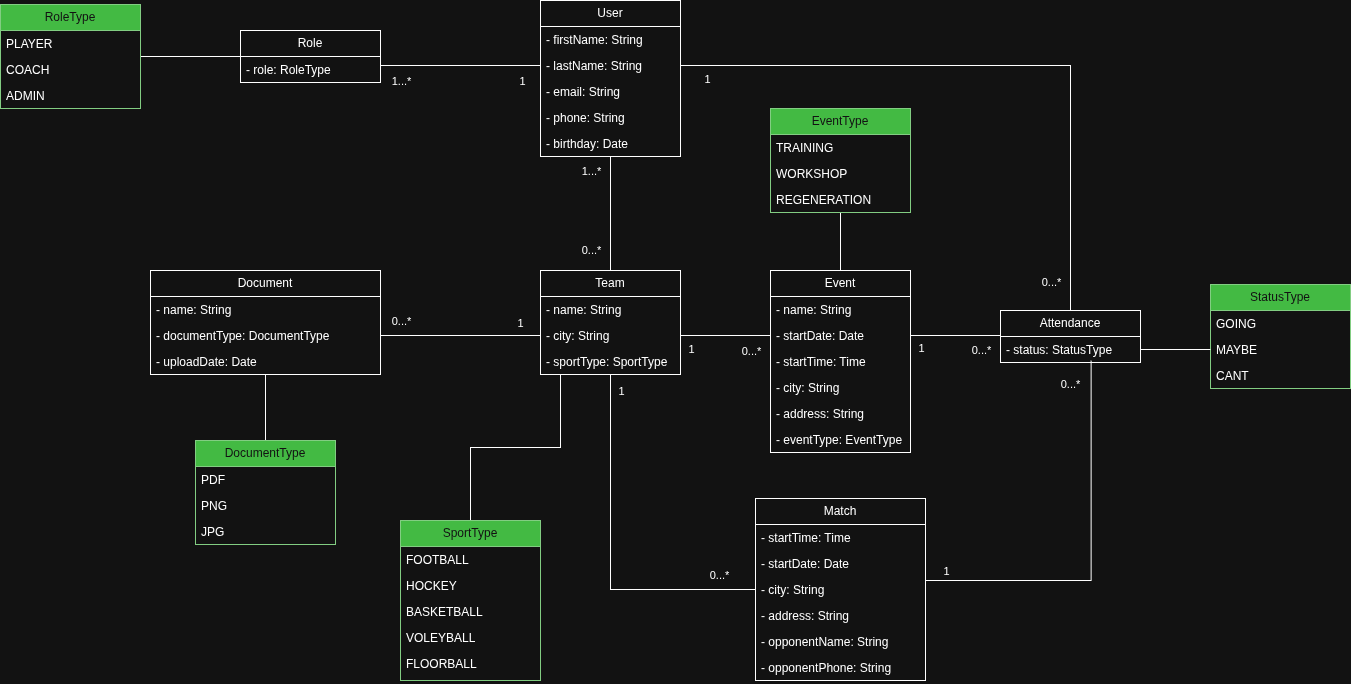
pasekpatrik/TeamManagement keeps this draw.io diagram as docs/model.png. Above is the earlier version. Source tidied: cells renumbered, new cells last; positions are measured from the earlier drawing's top-left corner, leaving out a move shared by most shapes.
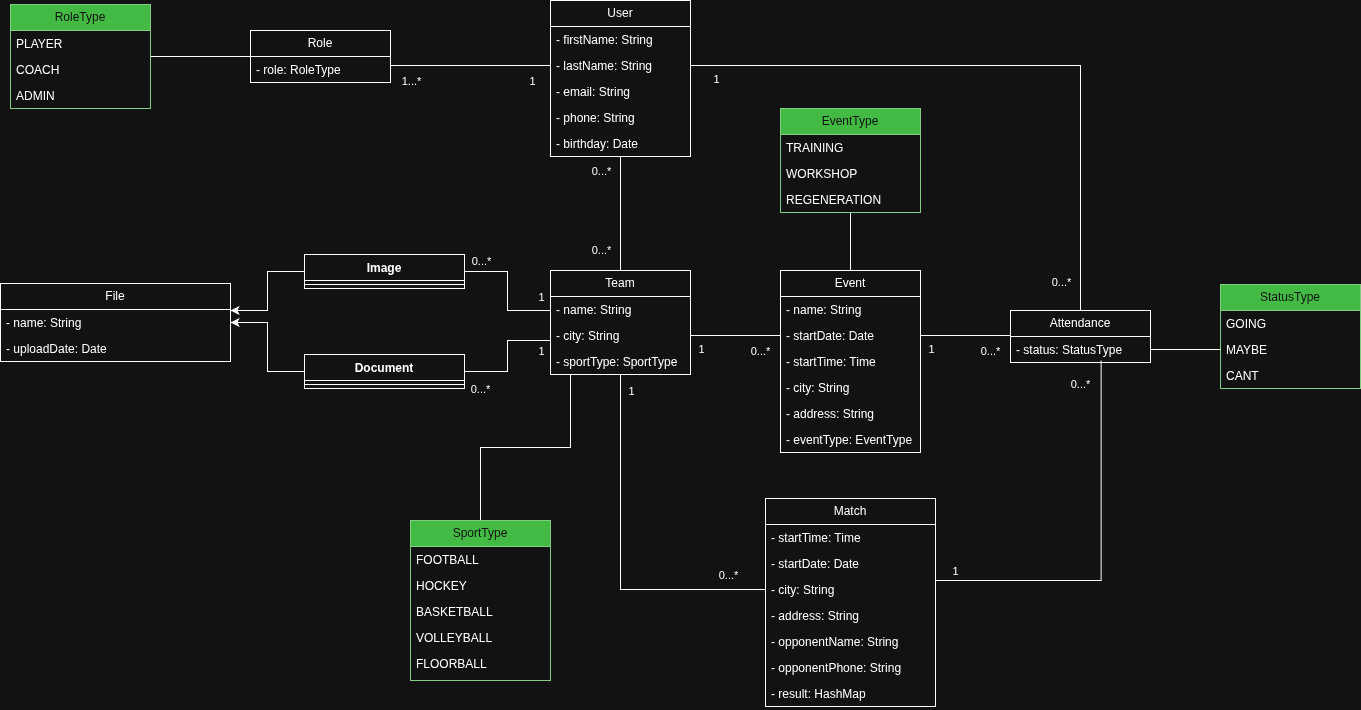
Above is the later version.

Commit message:
[Docs] Changed class diagram

Change to the diagram source:
```diff
@@ -5,7 +5,7 @@
     <mxCell id="2" style="edgeStyle=orthogonalEdgeStyle;rounded=0;jettySize=auto;html=1;endArrow=none;endFill=0;" parent="1" edge="1" source="5" target="16">
       <mxGeometry relative="1" as="geometry" />
     </mxCell>
-    <mxCell id="3" value="1...*" style="edgeLabel;html=1;align=center;verticalAlign=middle;" parent="2" vertex="1">
+    <mxCell id="3" value="0...*" style="edgeLabel;html=1;align=center;verticalAlign=middle;" parent="2" vertex="1">
       <mxGeometry x="-0.11" relative="1" as="geometry">
         <mxPoint x="-20" y="-37" as="offset" />
       </mxGeometry>
@@ -52,6 +52,42 @@
         <mxPoint x="81" y="-17" as="offset" />
       </mxGeometry>
     </mxCell>
+    <mxCell id="85" style="edgeStyle=orthogonalEdgeStyle;rounded=0;jettySize=auto;html=1;endArrow=none;endFill=0;" parent="1" edge="1" source="16" target="96">
+      <mxGeometry relative="1" as="geometry">
+        <Array as="points">
+          <mxPoint x="497" y="310" />
+          <mxPoint x="497" y="271" />
+        </Array>
+      </mxGeometry>
+    </mxCell>
+    <mxCell id="86" value="1" style="edgeLabel;html=1;align=center;verticalAlign=middle;" parent="85" vertex="1">
+      <mxGeometry x="-0.04" y="2" relative="1" as="geometry">
+        <mxPoint x="35" y="3" as="offset" />
+      </mxGeometry>
+    </mxCell>
+    <mxCell id="87" value="0...*" style="edgeLabel;html=1;align=center;verticalAlign=middle;" parent="85" vertex="1">
+      <mxGeometry x="0.63" y="1" relative="1" as="geometry">
+        <mxPoint x="-7" y="-12" as="offset" />
+      </mxGeometry>
+    </mxCell>
+    <mxCell id="88" style="edgeStyle=orthogonalEdgeStyle;rounded=0;jettySize=auto;html=1;endArrow=none;endFill=0;" parent="1" edge="1" source="16" target="93">
+      <mxGeometry relative="1" as="geometry">
+        <Array as="points">
+          <mxPoint x="497" y="340" />
+          <mxPoint x="497" y="371" />
+        </Array>
+      </mxGeometry>
+    </mxCell>
+    <mxCell id="89" value="0...*" style="edgeLabel;html=1;align=center;verticalAlign=middle;" parent="88" vertex="1">
+      <mxGeometry x="0.61" relative="1" as="geometry">
+        <mxPoint x="-7" y="17" as="offset" />
+      </mxGeometry>
+    </mxCell>
+    <mxCell id="90" value="1" style="edgeLabel;html=1;align=center;verticalAlign=middle;" parent="88" vertex="1">
+      <mxGeometry x="-0.45" y="2" relative="1" as="geometry">
+        <mxPoint x="22" y="8" as="offset" />
+      </mxGeometry>
+    </mxCell>
     <mxCell id="16" value="Team" style="swimlane;fontStyle=0;horizontal=1;startSize=26;fillColor=none;whiteSpace=wrap;html=1;" parent="1" vertex="1">
       <mxGeometry x="540" y="270" width="140" height="104" as="geometry" />
     </mxCell>
@@ -89,7 +125,7 @@
       <mxGeometry y="156" width="140" height="26" as="geometry" />
     </mxCell>
     <mxCell id="28" value="Match" style="swimlane;fontStyle=0;horizontal=1;startSize=26;fillColor=none;whiteSpace=wrap;html=1;" parent="1" vertex="1">
-      <mxGeometry x="755" y="498" width="170" height="182" as="geometry" />
+      <mxGeometry x="755" y="498" width="170" height="208" as="geometry" />
     </mxCell>
     <mxCell id="29" value="- startTime: Time" style="text;strokeColor=none;fillColor=none;align=left;verticalAlign=top;spacingLeft=4;spacingRight=4;overflow=hidden;whiteSpace=wrap;html=1;" parent="28" vertex="1">
       <mxGeometry y="26" width="170" height="26" as="geometry" />
@@ -109,26 +145,23 @@
     <mxCell id="34" value="- opponentPhone: String" style="text;strokeColor=none;fillColor=none;align=left;verticalAlign=top;spacingLeft=4;spacingRight=4;overflow=hidden;whiteSpace=wrap;html=1;" parent="28" vertex="1">
       <mxGeometry y="156" width="170" height="26" as="geometry" />
     </mxCell>
+    <mxCell id="91" value="- result: HashMap" style="text;strokeColor=none;fillColor=none;align=left;verticalAlign=top;spacingLeft=4;spacingRight=4;overflow=hidden;whiteSpace=wrap;html=1;" parent="28" vertex="1">
+      <mxGeometry y="182" width="170" height="26" as="geometry" />
+    </mxCell>
     <mxCell id="35" value="Attendance" style="swimlane;fontStyle=0;horizontal=1;startSize=26;fillColor=none;whiteSpace=wrap;html=1;" parent="1" vertex="1">
       <mxGeometry x="1000" y="310" width="140" height="52" as="geometry" />
     </mxCell>
     <mxCell id="36" value="- status: StatusType" style="text;strokeColor=none;fillColor=none;align=left;verticalAlign=top;spacingLeft=4;spacingRight=4;overflow=hidden;points=[[0,0.5],[1,0.5]];portConstraint=eastwest;whiteSpace=wrap;html=1;" parent="35" vertex="1">
       <mxGeometry y="26" width="140" height="26" as="geometry" />
     </mxCell>
-    <mxCell id="37" style="edgeStyle=orthogonalEdgeStyle;rounded=0;jettySize=auto;html=1;endArrow=none;endFill=0;" parent="1" edge="1" source="38" target="65">
-      <mxGeometry relative="1" as="geometry" />
-    </mxCell>
-    <mxCell id="38" value="Document" style="swimlane;fontStyle=0;horizontal=1;startSize=26;fillColor=none;whiteSpace=wrap;html=1;" parent="1" vertex="1">
-      <mxGeometry x="150" y="270" width="230" height="104" as="geometry" />
+    <mxCell id="38" value="File" style="swimlane;fontStyle=0;horizontal=1;startSize=26;fillColor=none;whiteSpace=wrap;html=1;" parent="1" vertex="1">
+      <mxGeometry x="-10" y="283" width="230" height="78" as="geometry" />
     </mxCell>
     <mxCell id="39" value="- name: String" style="text;strokeColor=none;fillColor=none;align=left;verticalAlign=top;spacingLeft=4;spacingRight=4;overflow=hidden;whiteSpace=wrap;html=1;" parent="38" vertex="1">
       <mxGeometry y="26" width="230" height="26" as="geometry" />
     </mxCell>
-    <mxCell id="40" value="- documentType: DocumentType" style="text;strokeColor=none;fillColor=none;align=left;verticalAlign=top;spacingLeft=4;spacingRight=4;overflow=hidden;points=[[0,0.5],[1,0.5]];portConstraint=eastwest;whiteSpace=wrap;html=1;" parent="38" vertex="1">
-      <mxGeometry y="52" width="230" height="26" as="geometry" />
-    </mxCell>
     <mxCell id="41" value="- uploadDate: Date" style="text;strokeColor=none;fillColor=none;align=left;verticalAlign=top;spacingLeft=4;spacingRight=4;overflow=hidden;whiteSpace=wrap;html=1;" parent="38" vertex="1">
-      <mxGeometry y="78" width="230" height="26" as="geometry" />
+      <mxGeometry y="52" width="230" height="26" as="geometry" />
     </mxCell>
     <mxCell id="42" style="edgeStyle=orthogonalEdgeStyle;rounded=0;jettySize=auto;html=1;entryX=1;entryY=0.5;entryDx=0;entryDy=0;endArrow=none;endFill=0;" parent="1" edge="1" source="7">
       <mxGeometry relative="1" as="geometry">
@@ -158,19 +191,6 @@
         <mxPoint x="4" y="10" as="offset" />
       </mxGeometry>
     </mxCell>
-    <mxCell id="48" style="edgeStyle=orthogonalEdgeStyle;rounded=0;jettySize=auto;html=1;endArrow=none;endFill=0;entryX=0;entryY=0.5;entryDx=0;entryDy=0;" parent="1" edge="1" source="40" target="18">
-      <mxGeometry relative="1" as="geometry" />
-    </mxCell>
-    <mxCell id="49" value="1" style="edgeLabel;html=1;align=center;verticalAlign=middle;" parent="48" vertex="1">
-      <mxGeometry x="-0.02" y="3" relative="1" as="geometry">
-        <mxPoint x="61" y="-10" as="offset" />
-      </mxGeometry>
-    </mxCell>
-    <mxCell id="50" value="0...*" style="edgeLabel;html=1;align=center;verticalAlign=middle;" parent="48" vertex="1">
-      <mxGeometry x="-0.26" relative="1" as="geometry">
-        <mxPoint x="-39" y="-15" as="offset" />
-      </mxGeometry>
-    </mxCell>
     <mxCell id="51" style="edgeStyle=orthogonalEdgeStyle;rounded=0;jettySize=auto;html=1;entryX=0.647;entryY=0.925;entryDx=0;entryDy=0;entryPerimeter=0;endArrow=none;endFill=0;exitX=1;exitY=0.5;exitDx=0;exitDy=0;" parent="1" edge="1" source="31" target="36">
       <mxGeometry relative="1" as="geometry">
         <Array as="points">
@@ -232,18 +252,6 @@
     <mxCell id="64" value="ADMIN" style="text;strokeColor=none;fillColor=none;align=left;verticalAlign=top;spacingLeft=4;spacingRight=4;overflow=hidden;whiteSpace=wrap;html=1;" parent="61" vertex="1">
       <mxGeometry y="78" width="140" height="26" as="geometry" />
     </mxCell>
-    <mxCell id="65" value="DocumentType" style="swimlane;fontStyle=0;horizontal=1;startSize=26;fillColor=#008a00;whiteSpace=wrap;html=1;fontColor=#ffffff;strokeColor=#005700;" parent="1" vertex="1">
-      <mxGeometry x="195" y="440" width="140" height="104" as="geometry" />
-    </mxCell>
-    <mxCell id="66" value="PDF" style="text;strokeColor=none;fillColor=none;align=left;verticalAlign=top;spacingLeft=4;spacingRight=4;overflow=hidden;whiteSpace=wrap;html=1;" parent="65" vertex="1">
-      <mxGeometry y="26" width="140" height="26" as="geometry" />
-    </mxCell>
-    <mxCell id="67" value="PNG" style="text;strokeColor=none;fillColor=none;align=left;verticalAlign=top;spacingLeft=4;spacingRight=4;overflow=hidden;whiteSpace=wrap;html=1;" parent="65" vertex="1">
-      <mxGeometry y="52" width="140" height="26" as="geometry" />
-    </mxCell>
-    <mxCell id="68" value="JPG" style="text;strokeColor=none;fillColor=none;align=left;verticalAlign=top;spacingLeft=4;spacingRight=4;overflow=hidden;whiteSpace=wrap;html=1;" parent="65" vertex="1">
-      <mxGeometry y="78" width="140" height="26" as="geometry" />
-    </mxCell>
     <mxCell id="69" value="StatusType" style="swimlane;fontStyle=0;horizontal=1;startSize=26;fillColor=#008a00;whiteSpace=wrap;html=1;fontColor=#ffffff;strokeColor=#005700;" parent="1" vertex="1">
       <mxGeometry x="1210" y="284" width="140" height="104" as="geometry" />
     </mxCell>
@@ -291,11 +299,34 @@
     <mxCell id="82" value="BASKETBALL" style="text;strokeColor=none;fillColor=none;align=left;verticalAlign=top;spacingLeft=4;spacingRight=4;overflow=hidden;whiteSpace=wrap;html=1;" parent="79" vertex="1">
       <mxGeometry y="78" width="140" height="26" as="geometry" />
     </mxCell>
-    <mxCell id="83" value="VOLEYBALL" style="text;strokeColor=none;fillColor=none;align=left;verticalAlign=top;spacingLeft=4;spacingRight=4;overflow=hidden;whiteSpace=wrap;html=1;" parent="79" vertex="1">
+    <mxCell id="83" value="VOLLEYBALL" style="text;strokeColor=none;fillColor=none;align=left;verticalAlign=top;spacingLeft=4;spacingRight=4;overflow=hidden;whiteSpace=wrap;html=1;" parent="79" vertex="1">
       <mxGeometry y="104" width="140" height="26" as="geometry" />
     </mxCell>
     <mxCell id="84" value="FLOORBALL" style="text;strokeColor=none;fillColor=none;align=left;verticalAlign=top;spacingLeft=4;spacingRight=4;overflow=hidden;whiteSpace=wrap;html=1;" parent="79" vertex="1">
       <mxGeometry y="130" width="140" height="30" as="geometry" />
     </mxCell>
+    <mxCell id="92" style="edgeStyle=orthogonalEdgeStyle;rounded=0;jettySize=auto;html=1;" parent="1" edge="1" source="93" target="38">
+      <mxGeometry relative="1" as="geometry" />
+    </mxCell>
+    <mxCell id="93" value="Document" style="swimlane;fontStyle=1;align=center;verticalAlign=top;horizontal=1;startSize=26;whiteSpace=wrap;html=1;" parent="1" vertex="1">
+      <mxGeometry x="294" y="354" width="160" height="34" as="geometry" />
+    </mxCell>
+    <mxCell id="94" style="line;strokeWidth=1;fillColor=none;align=left;verticalAlign=middle;spacingTop=-1;spacingLeft=3;spacingRight=3;labelPosition=right;strokeColor=inherit;" parent="93" vertex="1">
+      <mxGeometry y="26" width="160" height="8" as="geometry" />
+    </mxCell>
+    <mxCell id="95" style="edgeStyle=orthogonalEdgeStyle;rounded=0;jettySize=auto;html=1;" parent="1" edge="1" source="96" target="38">
+      <mxGeometry relative="1" as="geometry">
+        <Array as="points">
+          <mxPoint x="257" y="271" />
+          <mxPoint x="257" y="310" />
+        </Array>
+      </mxGeometry>
+    </mxCell>
+    <mxCell id="96" value="Image" style="swimlane;fontStyle=1;align=center;verticalAlign=top;horizontal=1;startSize=26;whiteSpace=wrap;html=1;" parent="1" vertex="1">
+      <mxGeometry x="294" y="254" width="160" height="34" as="geometry" />
+    </mxCell>
+    <mxCell id="97" style="line;strokeWidth=1;fillColor=none;align=left;verticalAlign=middle;spacingTop=-1;spacingLeft=3;spacingRight=3;labelPosition=right;strokeColor=inherit;" parent="96" vertex="1">
+      <mxGeometry y="26" width="160" height="8" as="geometry" />
+    </mxCell>
   </root>
 </mxGraphModel>
```
